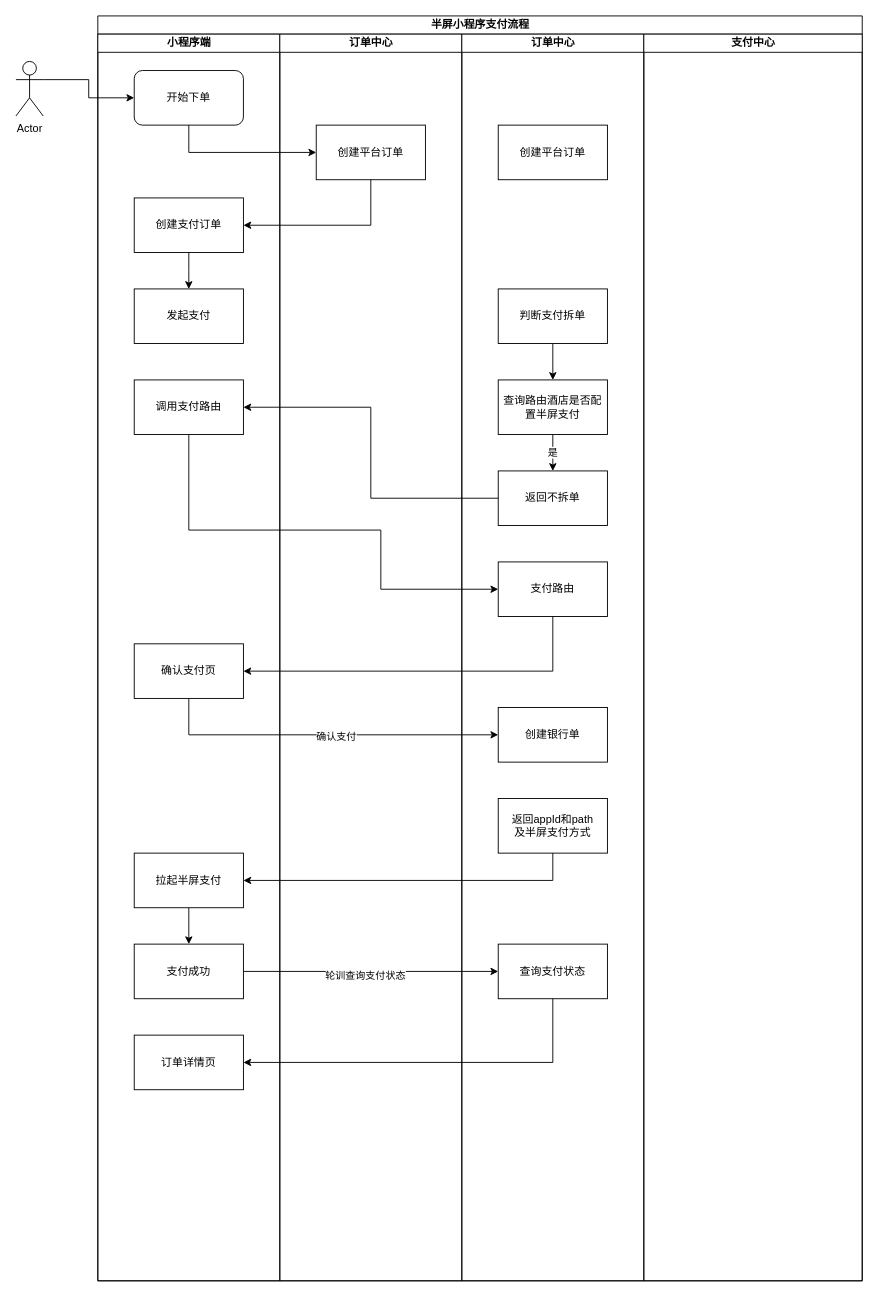
guohuan0126/test keeps this draw.io diagram as 未命名绘图.drawio. Above is the earlier version. Source tidied: cells renumbered, new cells numbered last; positions are measured from the earlier drawing's top-left corner, leaving out a move shared by most shapes. Both pictures are drawn from the tidied source at 91%, with x=0, y=0 at pixel (15, 15).
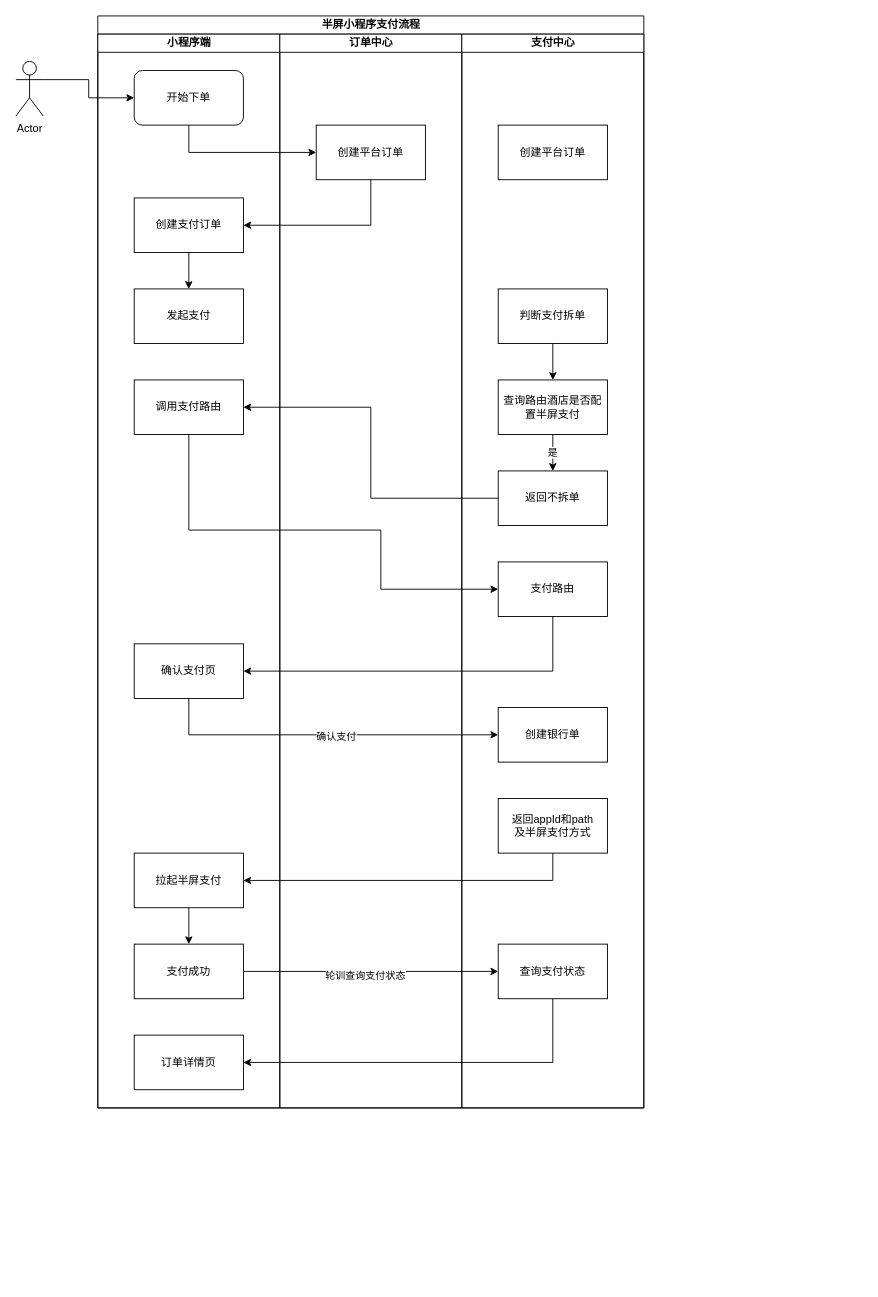
The same diagram, later.

Commit message:
半屏小程序支付.drawio

Change to the diagram source:
```diff
@@
     <mxCell id="2" value="半屏小程序支付流程" style="swimlane;startSize=20;html=1;" parent="1" vertex="1">
-      <mxGeometry x="90" width="840" height="1390" as="geometry" />
+      <mxGeometry x="90" width="600" height="1200" as="geometry" />
     </mxCell>
     <mxCell id="3" value="小程序端" style="swimlane;startSize=20;html=1;" parent="2" vertex="1">
-      <mxGeometry y="20" width="200" height="1370" as="geometry" />
+      <mxGeometry y="20" width="200" height="1180" as="geometry" />
     </mxCell>
@@
     <mxCell id="14" value="订单中心" style="swimlane;startSize=20;html=1;" parent="2" vertex="1">
-      <mxGeometry x="200" y="20" width="200" height="1370" as="geometry" />
+      <mxGeometry x="200" y="20" width="200" height="1180" as="geometry" />
     </mxCell>
@@
-    <mxCell id="16" value="订单中心" style="swimlane;startSize=20;html=1;" parent="2" vertex="1">
-      <mxGeometry x="400" y="20" width="200" height="1370" as="geometry" />
+    <mxCell id="16" value="支付中心" style="swimlane;startSize=20;html=1;" parent="2" vertex="1">
+      <mxGeometry x="400" y="20" width="200" height="1180" as="geometry" />
     </mxCell>
@@
-    <mxCell id="27" value="&lt;span style=&quot;font-size: 12px;&quot;&gt;支付中心&lt;/span&gt;" style="swimlane;startSize=20;html=1;" parent="2" vertex="1">
-      <mxGeometry x="600" y="20" width="240" height="1370" as="geometry" />
-    </mxCell>
```
